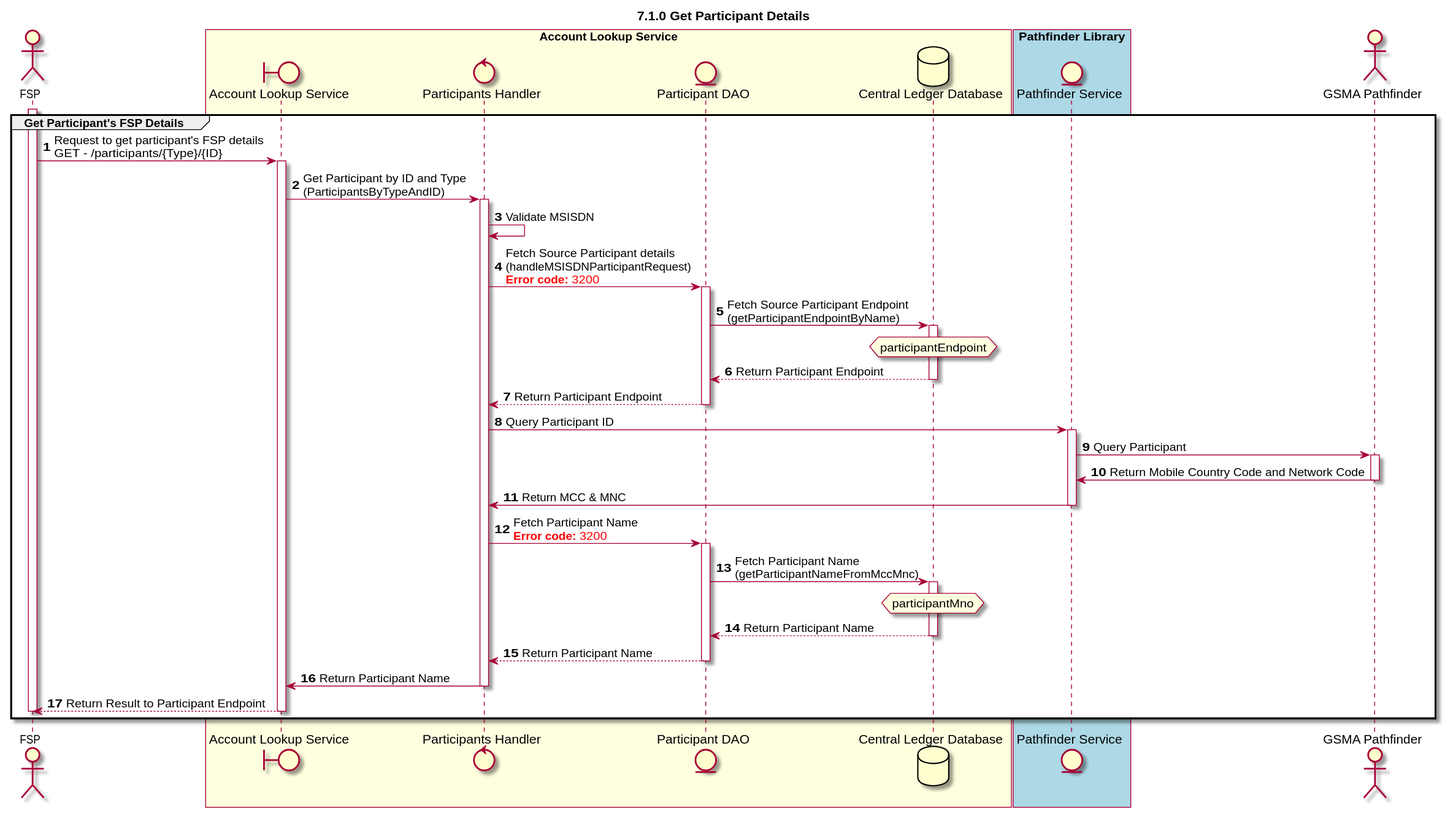
Earlier version of the PlantUML export Diagrams/SequenceDiagrams/seq-acct-lookup-get-participant-7.1.0.svg (ggrg/docs). The source it was exported from:
```plantuml
@startuml
title 7.1.0 Get Participant Details

autonumber

actor "FSP" as FSP
boundary "Account Lookup Service" as ALS
control "Participants Handler" as PARTICIPANT_HANDLER
entity "Account Lookup Service API" as ALS
entity "Participant DAO" as PARTICIPANT_DAO
database "Central Ledger Database" as DB
entity "Pathfinder Service" as PATHFINDER_SERVICE
actor "GSMA Pathfinder" as PATHFINDER

box "Account Lookup Service" #LightYellow
participant ALS
participant PARTICIPANT_HANDLER
participant PARTICIPANT_DAO
participant DB
end box

box "Pathfinder Library" #LightBlue
participant PATHFINDER_SERVICE
end box

participant PATHFINDER


activate FSP
group Get Participant's FSP Details
    FSP -> ALS: Request to get participant's FSP details \nGET - /participants/{Type}/{ID}
    activate ALS
    ALS -> PARTICIPANT_HANDLER: Get Participant by ID and Type \n(ParticipantsByTypeAndID)
    activate PARTICIPANT_HANDLER
    PARTICIPANT_HANDLER ->PARTICIPANT_HANDLER: Validate MSISDN
    PARTICIPANT_HANDLER ->PARTICIPANT_DAO: Fetch Source Participant details \n(handleMSISDNParticipantRequest)\n<color #FF0000><b>Error code:</b> 3200</color>

    activate PARTICIPANT_DAO
    PARTICIPANT_DAO -> DB: Fetch Source Participant Endpoint \n(getParticipantEndpointByName)
    activate DB
    hnote over DB #lightyellow
        participantEndpoint
    end note
    DB --> PARTICIPANT_DAO: Return Participant Endpoint
    deactivate DB
    PARTICIPANT_DAO --> PARTICIPANT_HANDLER: Return Participant Endpoint
    deactivate PARTICIPANT_DAO
    PARTICIPANT_HANDLER -> PATHFINDER_SERVICE: Query Participant ID
    activate PATHFINDER_SERVICE
    PATHFINDER_SERVICE -> PATHFINDER: Query Participant
    activate PATHFINDER
    PATHFINDER -> PATHFINDER_SERVICE: Return Mobile Country Code and Network Code
    deactivate PATHFINDER
    PATHFINDER_SERVICE -> PARTICIPANT_HANDLER: Return MCC & MNC
    deactivate PATHFINDER_SERVICE

    PARTICIPANT_HANDLER ->PARTICIPANT_DAO: Fetch Participant Name\n<color #FF0000><b>Error code:</b> 3200</color>
    activate PARTICIPANT_DAO
    PARTICIPANT_DAO -> DB: Fetch Participant Name \n(getParticipantNameFromMccMnc)
    activate DB
    hnote over DB #lightyellow
        participantMno
    end note
    DB --> PARTICIPANT_DAO: Return Participant Name
    deactivate DB
    PARTICIPANT_DAO --> PARTICIPANT_HANDLER: Return Participant Name
    deactivate PARTICIPANT_DAO
    PARTICIPANT_HANDLER -> ALS: Return Participant Name
    deactivate PARTICIPANT_HANDLER
    ALS -->FSP: Return Result to Participant Endpoint
    deactivate ALS
    deactivate FSP
end
@enduml
```
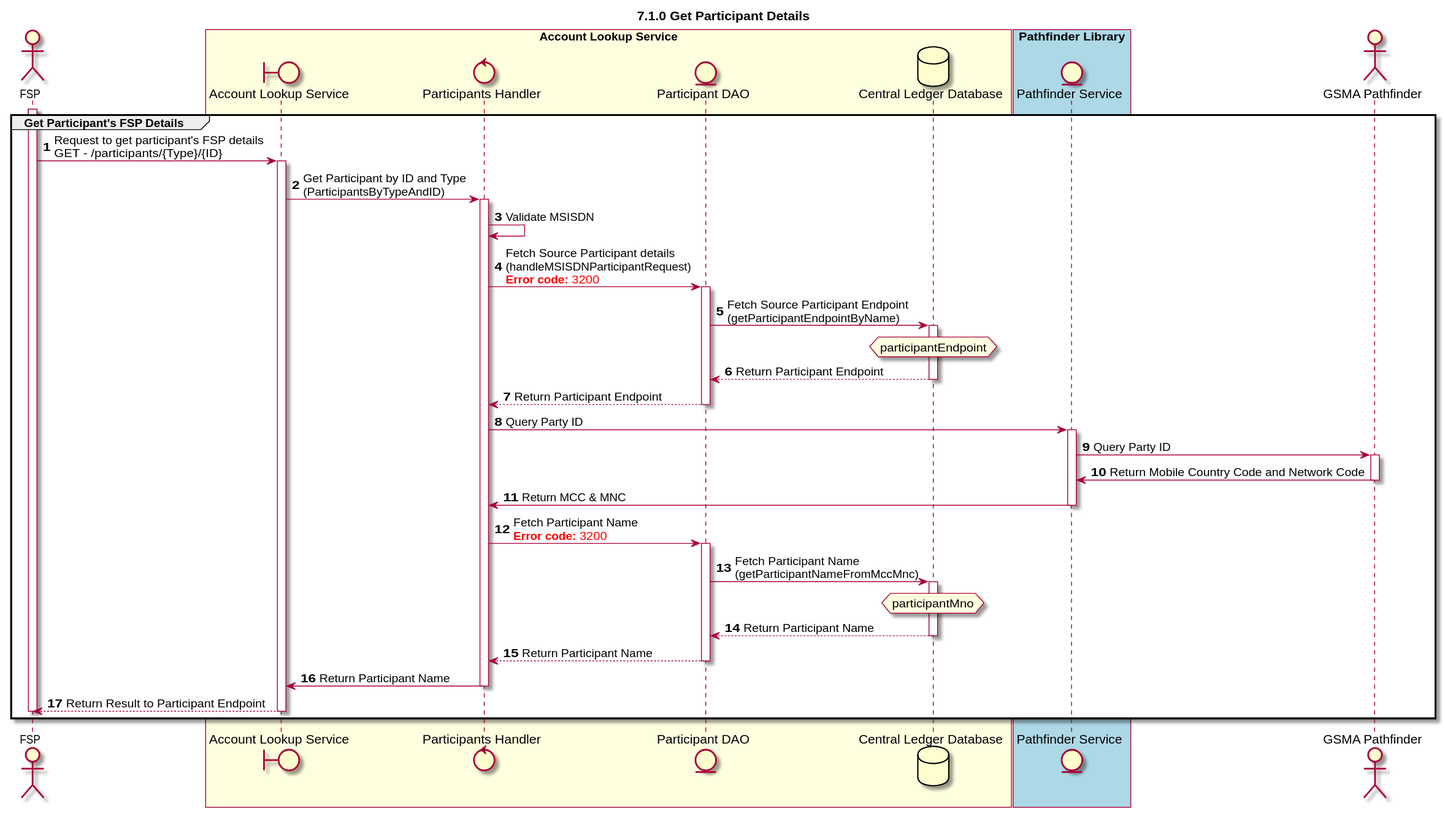
The same diagram one commit later.

The edit, as a diff of the source:
```diff
@@ -45,9 +45,9 @@
     deactivate DB
     PARTICIPANT_DAO --> PARTICIPANT_HANDLER: Return Participant Endpoint
     deactivate PARTICIPANT_DAO
-    PARTICIPANT_HANDLER -> PATHFINDER_SERVICE: Query Participant ID
+    PARTICIPANT_HANDLER -> PATHFINDER_SERVICE: Query Party ID
     activate PATHFINDER_SERVICE
-    PATHFINDER_SERVICE -> PATHFINDER: Query Participant
+    PATHFINDER_SERVICE -> PATHFINDER: Query Party ID
     activate PATHFINDER
     PATHFINDER -> PATHFINDER_SERVICE: Return Mobile Country Code and Network Code
     deactivate PATHFINDER
```
